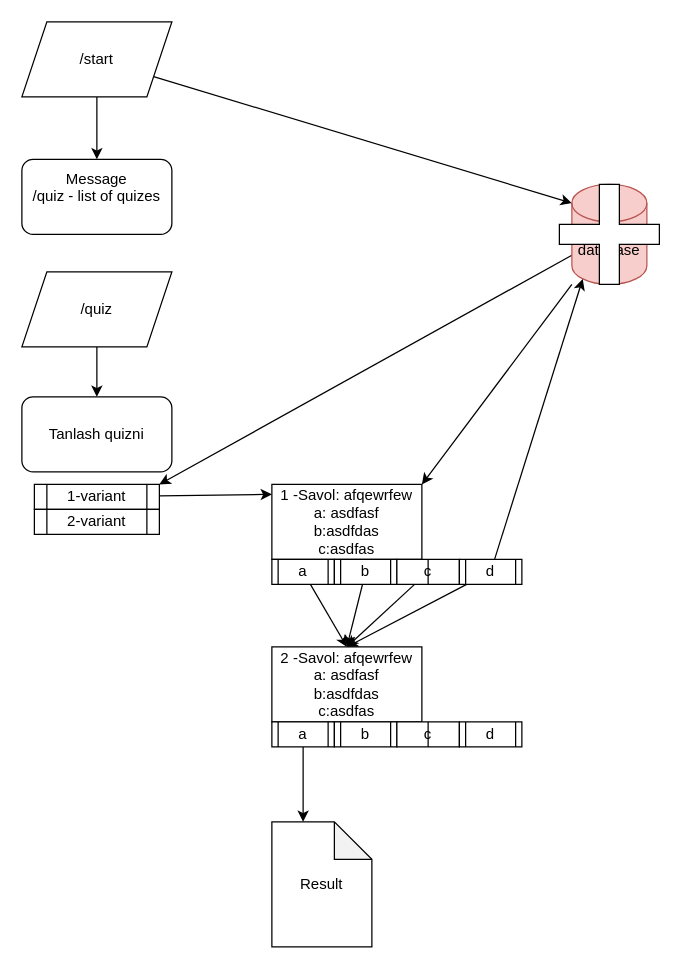
Shaxrizod071/quiz_bot keeps this draw.io diagram as user_flow.drawio. Above is the earlier version. Source tidied: cells renumbered, new cells numbered last; positions are measured from the earlier drawing's top-left corner, leaving out a move shared by most shapes. Both pictures are drawn from the tidied source at 125%, with x=0, y=0 at pixel (21, 21).
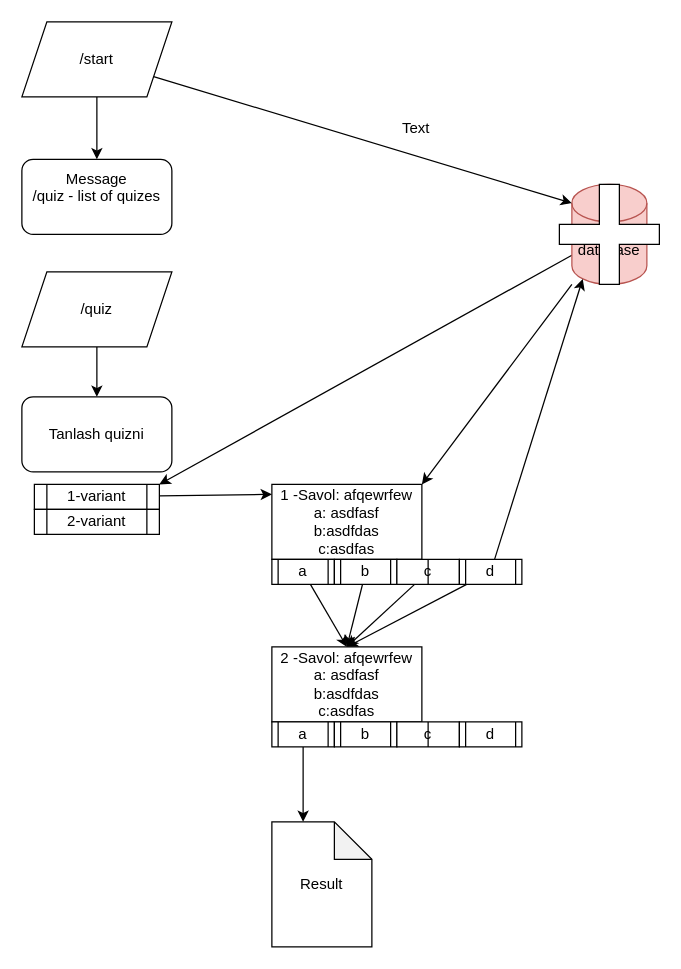
The same page after the edit.

Change to the diagram source:
```diff
@@
+    <mxCell id="33" value="Text" style="text;html=1;align=center;verticalAlign=middle;strokeColor=none;fillColor=none;" parent="1" vertex="1">
+      <mxGeometry x="290" y="70" width="50" height="30" as="geometry" />
+    </mxCell>
```
